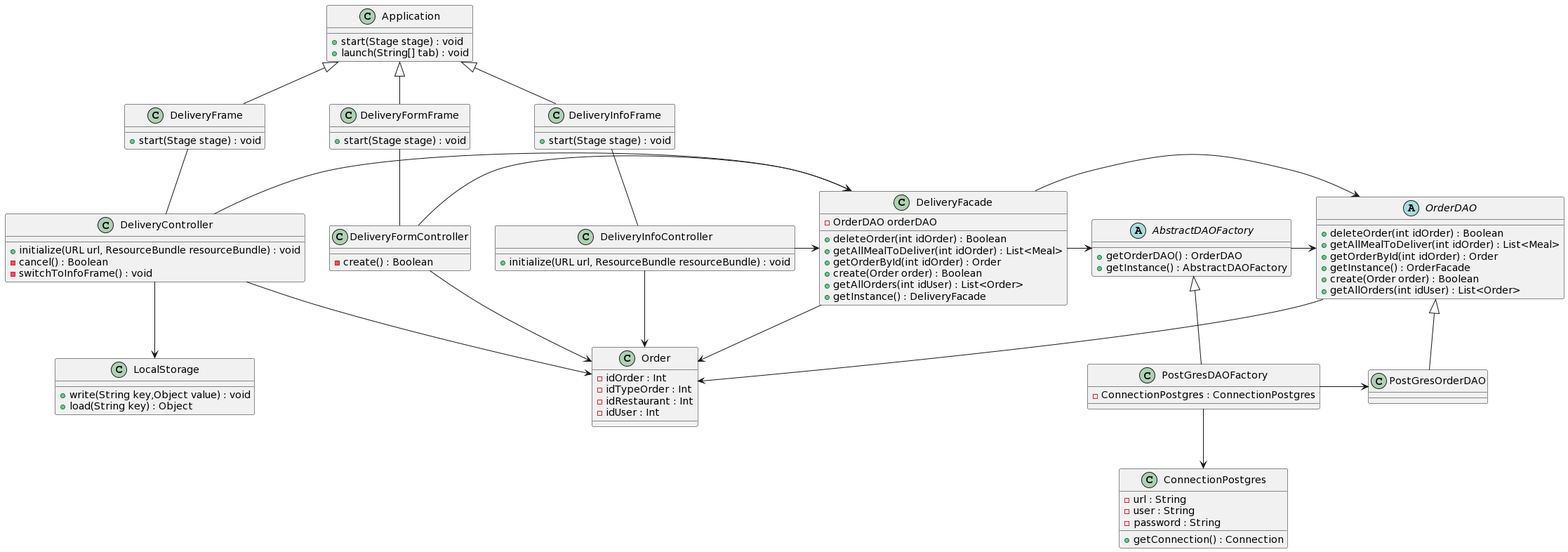
Before: diagrammes/Delivery/class-diagram-delivery.png, a diagram exported from PlantUML (thmsfnr/Simplify).
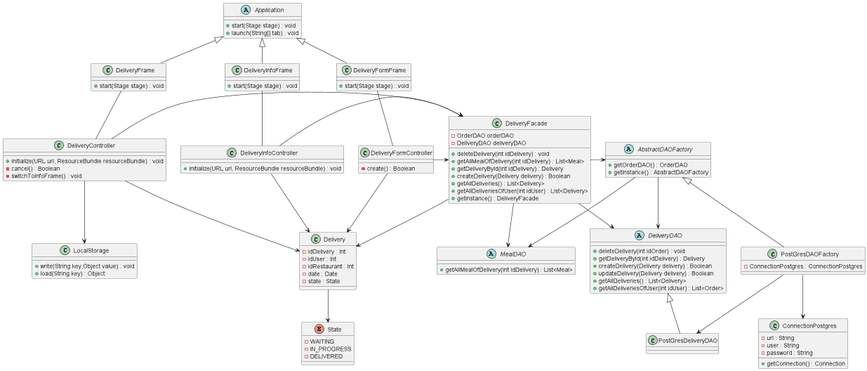
After the commit.

Change to the diagram source:
```diff
@@ -1,17 +1,18 @@
 @startuml
-class DeliveryFormFrame {
+
+class DeliveryFormFrame extends Application{
   + start(Stage stage) : void
 }
 
-class DeliveryInfoFrame {
+class DeliveryInfoFrame extends Application{
   + start(Stage stage) : void
 }
 
-class DeliveryFrame {
+class DeliveryFrame extends Application{
   + start(Stage stage) : void
 }
 
-class Application {
+abstract class Application {
   + start(Stage stage) : void
   + launch(String[] tab) : void
 }
@@ -30,21 +31,29 @@
   + initialize(URL url, ResourceBundle resourceBundle) : void
 }
 
-class Order{
-  - idOrder : Int
-  - idTypeOrder : Int
+class Delivery{
+  - idDelivery : Int
+  - idUser : Int
   - idRestaurant : Int
-  - idUser : Int
+  - date : Date
+  - state : State
 }
 
+enum State {
+  - WAITING
+  - IN_PROGRESS
+  - DELIVERED
+}
 
 class DeliveryFacade{
   - OrderDAO orderDAO
-  + deleteOrder(int idOrder) : Boolean
-  + getAllMealToDeliver(int idOrder) : List<Meal>
-  + getOrderById(int idOrder) : Order
-  + create(Order order) : Boolean
-  + getAllOrders(int idUser) : List<Order>
+  - DeliveryDAO deliveryDAO
+  + deleteDelivery(int idDelivery) : void
+  + getAllMealOfDelivery(int idDelivery) : List<Meal>
+  + getDeliveryById(int idDelivery) : Delivery
+  + createDelivery(Delivery delivery) : Boolean
+  + getAllDeliveries() : List<Delivery>
+  + getAllDeliveriesOfUser(int idUser) : List<Delivery>
   + getInstance() : DeliveryFacade
 }
 
@@ -54,20 +63,23 @@
   + getInstance() : AbstractDAOFactory
 }
 
-class PostGresDAOFactory{
+class PostGresDAOFactory extends AbstractDAOFactory{
   -ConnectionPostgres : ConnectionPostgres
 }
 
-class PostGresOrderDAO{}
+class PostGresDeliveryDAO extends DeliveryDAO{}
 
+abstract class MealDAO{
+  + getAllMealOfDelivery(int idDelivery) : List<Meal>
+ }
 
-abstract class OrderDAO{
-  + deleteOrder(int idOrder) : Boolean
-  + getAllMealToDeliver(int idOrder) : List<Meal>
-  + getOrderById(int idOrder) : Order
-  + getInstance() : OrderFacade
-  + create(Order order) : Boolean
-  + getAllOrders(int idUser) : List<Order>
+abstract class DeliveryDAO{
+  + deleteDelivery(int idOrder) : void
+  + getDeliveryById(int idDelivery) : Delivery
+  + createDelivery(Delivery delivery) : Boolean
+  + updateDelivery(Delivery delivery) : Boolean
+  + getAllDeliveries() : List<Delivery>
+  + getAllDeliveriesOfUser(int idUser) : List<Order>
 }
 
 class ConnectionPostgres{
@@ -82,19 +94,14 @@
  + load(String key) : Object
 }
 
-Application <|-- DeliveryFrame
-Application <|-- DeliveryFormFrame
-Application <|-- DeliveryInfoFrame
-
 DeliveryController -> DeliveryFacade
 DeliveryFormController -> DeliveryFacade
 DeliveryInfoController -> DeliveryFacade
 
-DeliveryController -> Order
-DeliveryInfoController -> Order
-DeliveryFormController -> Order
-
-DeliveryFacade --> Order
+DeliveryController -> Delivery
+DeliveryInfoController -> Delivery
+DeliveryFormController -> Delivery
+DeliveryFacade --> Delivery
 
 DeliveryController --> LocalStorage
 
@@ -102,13 +109,16 @@
 DeliveryFormFrame -- DeliveryFormController
 DeliveryInfoFrame -- DeliveryInfoController
 
-DeliveryFacade -> OrderDAO
+DeliveryFacade -> DeliveryDAO
 DeliveryFacade -> AbstractDAOFactory
+DeliveryFacade -> MealDAO
 
-AbstractDAOFactory <|-- PostGresDAOFactory
-OrderDAO <|-- PostGresOrderDAO
+Delivery --> State
+
 PostGresDAOFactory --> ConnectionPostgres
-PostGresDAOFactory -> PostGresOrderDAO
-AbstractDAOFactory -> OrderDAO
-OrderDAO -> Order
+PostGresDAOFactory -> PostGresDeliveryDAO
+AbstractDAOFactory --> DeliveryDAO
+AbstractDAOFactory --> MealDAO
+
+
 @enduml
```
